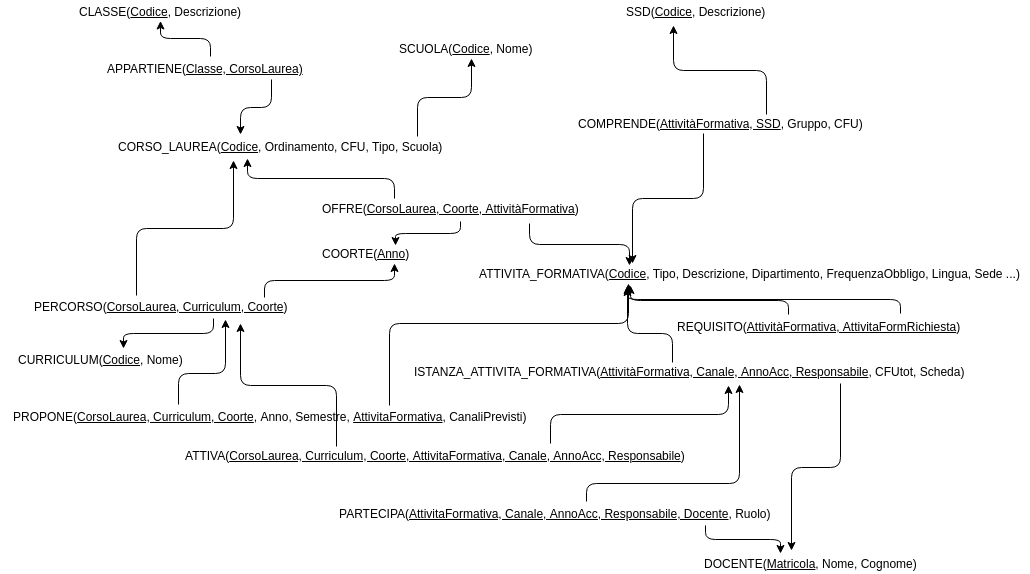
Before: Schemas/relational model.png, a diagram exported from draw.io (lucamoroz/Didactics_DB). Source tidied: cells renumbered, new cells last; positions are measured from the earlier drawing's top-left corner, leaving out a move shared by most shapes.
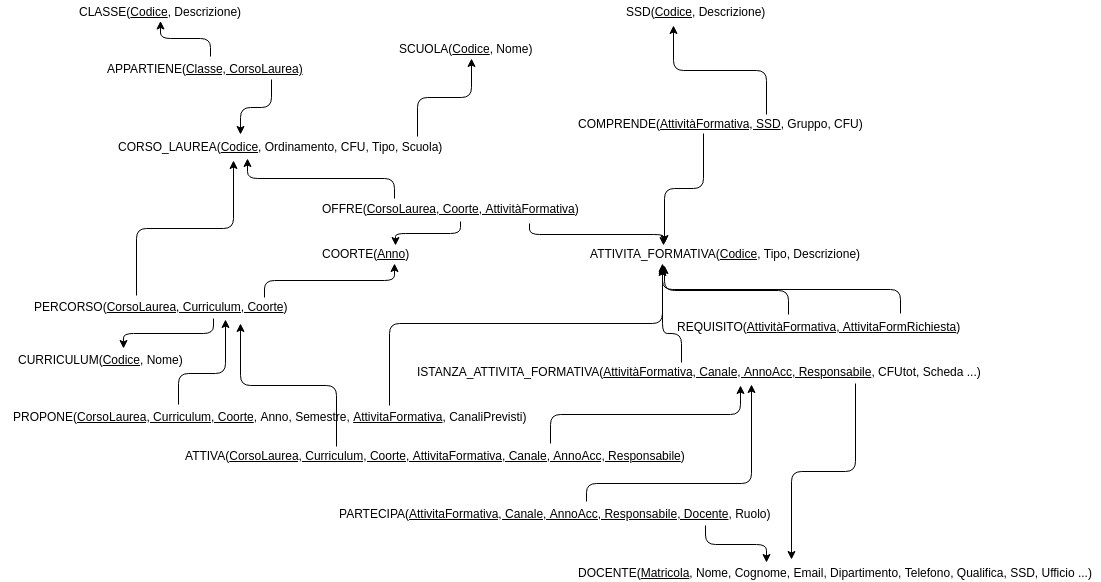
Later version of the same file.

Commit message:
moved lingua in istanza att form; updated relational diagram

Change to the diagram source:
```diff
@@ -35,8 +35,8 @@
     <mxCell id="12" value="COORTE(&lt;u&gt;Anno&lt;/u&gt;)" style="text;html=1;align=center;verticalAlign=middle;points=[];fillColor=none;strokeColor=none;rounded=0;" parent="1" vertex="1">
       <mxGeometry x="315" y="242" width="100" height="20" as="geometry" />
     </mxCell>
-    <mxCell id="13" value="ATTIVITA_FORMATIVA(&lt;u&gt;Codice&lt;/u&gt;, Tipo, Descrizione, Dipartimento, FrequenzaObbligo, Lingua, Sede ...)" style="text;html=1;align=center;verticalAlign=middle;points=[];fillColor=none;strokeColor=none;rounded=0;" parent="1" vertex="1">
-      <mxGeometry x="469" y="262" width="560" height="20" as="geometry" />
+    <mxCell id="13" value="ATTIVITA_FORMATIVA(&lt;u&gt;Codice&lt;/u&gt;, Tipo, Descrizione)" style="text;html=1;align=center;verticalAlign=middle;points=[];fillColor=none;strokeColor=none;rounded=0;" parent="1" vertex="1">
+      <mxGeometry x="580" y="242" width="290" height="20" as="geometry" />
     </mxCell>
     <mxCell id="14" style="edgeStyle=elbowEdgeStyle;elbow=vertical;endArrow=classic;html=1;entryX=0.403;entryY=1.125;entryDx=0;entryDy=0;entryPerimeter=0;exitX=0.293;exitY=-0.025;exitDx=0;exitDy=0;exitPerimeter=0;" parent="1" edge="1" source="11" target="6">
       <mxGeometry relative="1" as="geometry" />
@@ -86,8 +86,8 @@
         </Array>
       </mxGeometry>
     </mxCell>
-    <mxCell id="27" value="ISTANZA_ATTIVITA_FORMATIVA(&lt;u&gt;AttivitàFormativa, Canale, AnnoAcc, Responsabile&lt;/u&gt;, CFUtot, Scheda)" style="text;html=1;align=center;verticalAlign=middle;points=[];fillColor=none;strokeColor=none;rounded=0;" parent="1" vertex="1">
-      <mxGeometry x="409" y="359.5" width="560" height="20" as="geometry" />
+    <mxCell id="27" value="ISTANZA_ATTIVITA_FORMATIVA(&lt;u&gt;AttivitàFormativa, Canale, AnnoAcc, Responsabile&lt;/u&gt;, CFUtot, Scheda ...)" style="text;html=1;align=center;verticalAlign=middle;points=[];fillColor=none;strokeColor=none;rounded=0;" parent="1" vertex="1">
+      <mxGeometry x="409" y="359.5" width="580" height="20" as="geometry" />
     </mxCell>
     <mxCell id="28" style="edgeStyle=elbowEdgeStyle;elbow=vertical;endArrow=classic;html=1;exitX=0.469;exitY=0.05;exitDx=0;exitDy=0;exitPerimeter=0;entryX=0.282;entryY=1.2;entryDx=0;entryDy=0;entryPerimeter=0;" parent="1" edge="1" source="27" target="13">
       <mxGeometry relative="1" as="geometry">
@@ -96,8 +96,8 @@
         </Array>
       </mxGeometry>
     </mxCell>
-    <mxCell id="29" value="DOCENTE(&lt;u&gt;Matricola&lt;/u&gt;, Nome, Cognome)" style="text;html=1;align=center;verticalAlign=middle;points=[];fillColor=none;strokeColor=none;rounded=0;" parent="1" vertex="1">
-      <mxGeometry x="695" y="552" width="230" height="20" as="geometry" />
+    <mxCell id="29" value="DOCENTE(&lt;u&gt;Matricola&lt;/u&gt;, Nome, Cognome, Email, Dipartimento, Telefono, Qualifica, SSD, Ufficio ...)" style="text;html=1;align=center;verticalAlign=middle;points=[];fillColor=none;strokeColor=none;rounded=0;" parent="1" vertex="1">
+      <mxGeometry x="570" y="560.5" width="530" height="20" as="geometry" />
     </mxCell>
     <mxCell id="30" style="edgeStyle=elbowEdgeStyle;elbow=vertical;endArrow=classic;html=1;exitX=0.769;exitY=1.1;exitDx=0;exitDy=0;exitPerimeter=0;entryX=0.417;entryY=-0.15;entryDx=0;entryDy=0;entryPerimeter=0;" parent="1" edge="1" source="27" target="29">
       <mxGeometry relative="1" as="geometry" />
```
